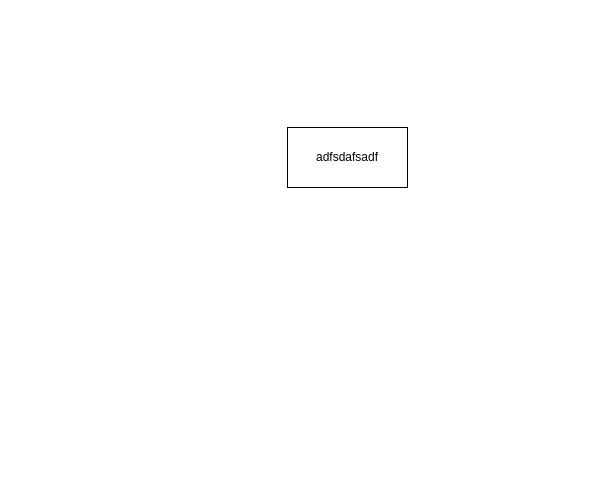
The draw.io diagram app_design/version_1/voca_block_design.drawio in Jiy-park/voca_block, before the edit. Source tidied: cells renumbered, new cells numbered last; positions are measured from the earlier drawing's top-left corner, leaving out a move shared by most shapes. Both pictures are drawn from the tidied source at 100%, with x=0, y=0 at pixel (287, 127).
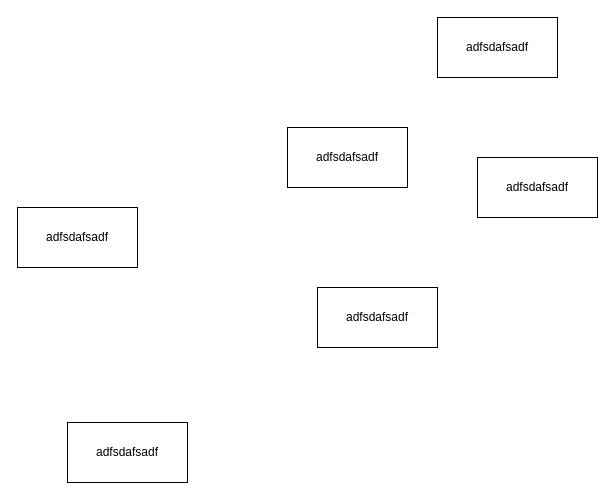
Above is the later version.

What changed in the source:
```diff
@@
 <mxGraphModel>
   <root>
     <mxCell id="0" />
     <mxCell id="1" parent="0" />
     <mxCell id="2" value="adfsdafsadf" style="rounded=0;whiteSpace=wrap;html=1;" parent="1" vertex="1">
       <mxGeometry width="120" height="60" as="geometry" />
     </mxCell>
+    <mxCell id="3" value="adfsdafsadf" style="rounded=0;whiteSpace=wrap;html=1;" parent="1" vertex="1">
+      <mxGeometry x="30" y="160" width="120" height="60" as="geometry" />
+    </mxCell>
+    <mxCell id="4" value="adfsdafsadf" style="rounded=0;whiteSpace=wrap;html=1;" parent="1" vertex="1">
+      <mxGeometry x="190" y="30" width="120" height="60" as="geometry" />
+    </mxCell>
+    <mxCell id="5" value="adfsdafsadf" style="rounded=0;whiteSpace=wrap;html=1;" parent="1" vertex="1">
+      <mxGeometry x="-270" y="80" width="120" height="60" as="geometry" />
+    </mxCell>
+    <mxCell id="6" value="adfsdafsadf" style="rounded=0;whiteSpace=wrap;html=1;" parent="1" vertex="1">
+      <mxGeometry x="150" y="-110" width="120" height="60" as="geometry" />
+    </mxCell>
+    <mxCell id="7" value="adfsdafsadf" style="rounded=0;whiteSpace=wrap;html=1;" parent="1" vertex="1">
+      <mxGeometry x="-220" y="295" width="120" height="60" as="geometry" />
+    </mxCell>
   </root>
 </mxGraphModel>
```
